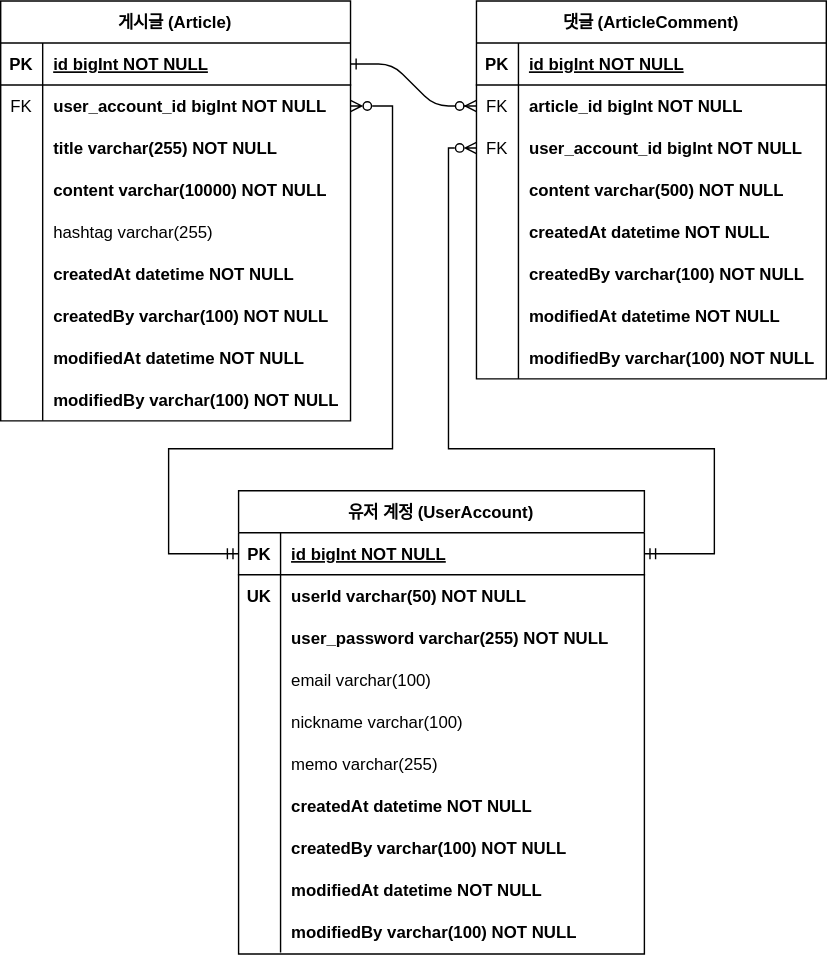
This is document/board-erd.svg from YuKyung-Chung/board-service, a draw.io export, as it was before one commit. Source tidied: cells renumbered, new cells last; positions are measured from the earlier drawing's top-left corner, leaving out a move shared by most shapes.
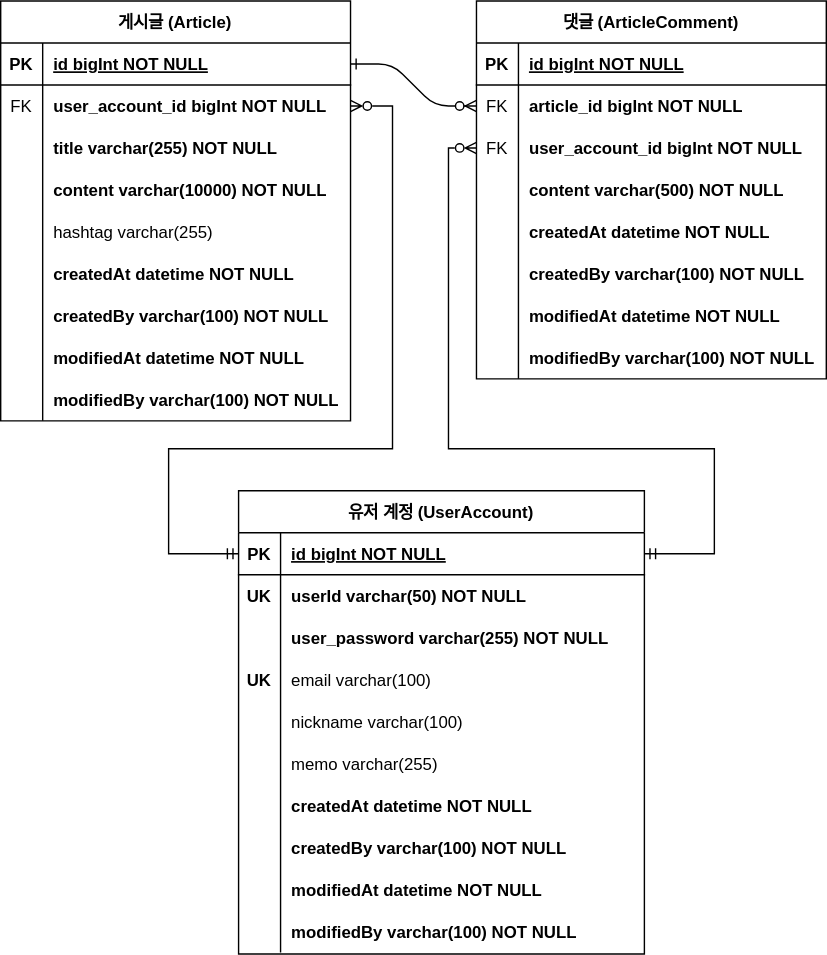
After the commit.

Commit message:
#29 - 회원 도메인 email에 유니크키 추가

The edit, as a diff of the source:
```diff
@@ -283,5 +283,8 @@
         </Array>
       </mxGeometry>
     </mxCell>
+    <mxCell id="91" value="UK" style="shape=partialRectangle;overflow=hidden;fillColor=none;top=0;left=0;bottom=0;right=0;fontStyle=1;" parent="1" vertex="1">
+      <mxGeometry x="170" y="470" width="30" height="30" as="geometry" />
+    </mxCell>
   </root>
 </mxGraphModel>
```
